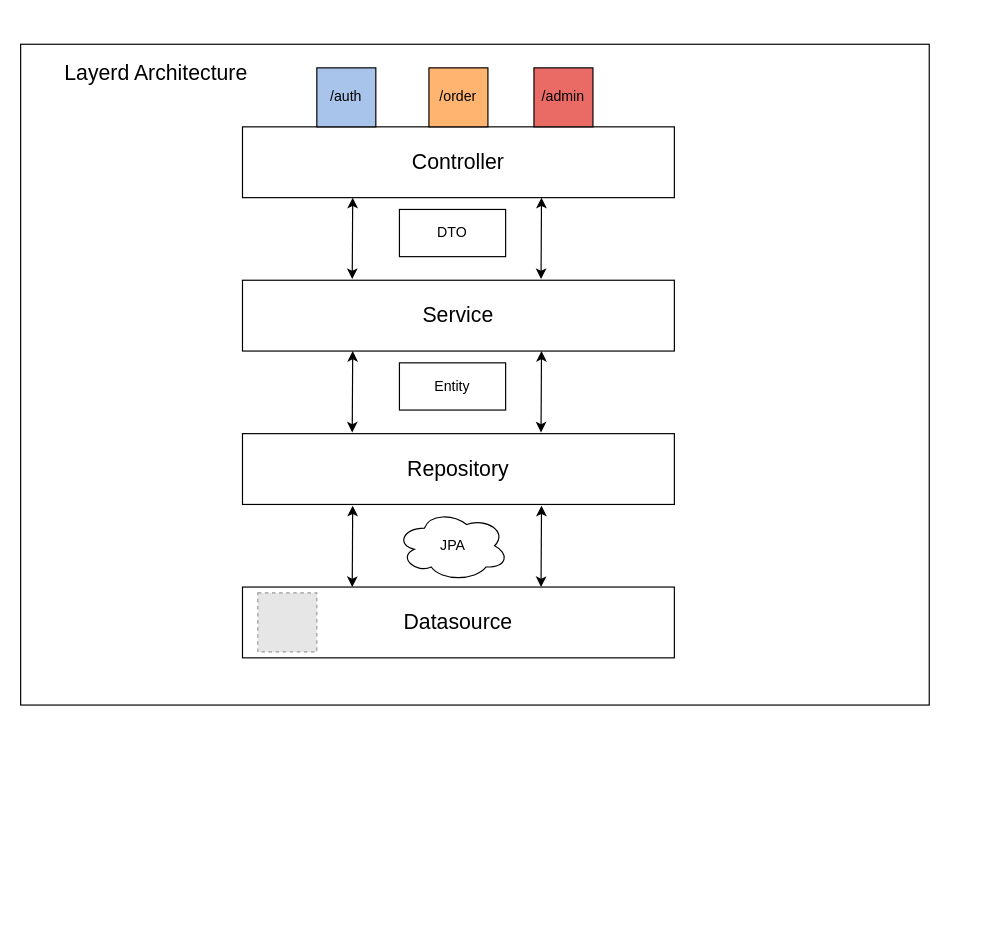
Earlier version of the draw.io diagram docs/resources/src/BackendView.drawio (Golo300/Kantinerado). Source tidied: cells renumbered, new cells numbered last; positions are measured from the earlier drawing's top-left corner, leaving out a move shared by most shapes. Both pictures are drawn from the tidied source at 118%, with x=0, y=0 at pixel (20, 44). Pictures stored in the file or linked from it are replaced by grey dashed boxes.
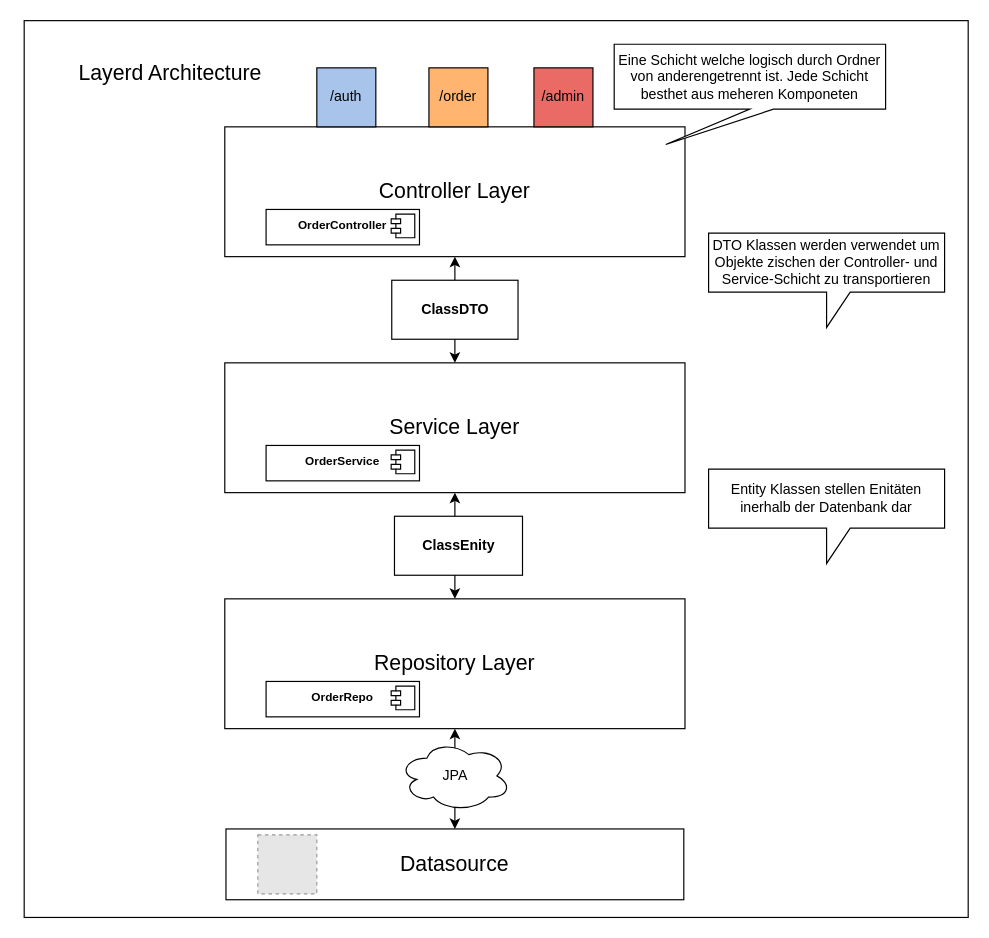
The same diagram, later.

Change to the diagram source:
```diff
@@
-    <mxCell id="2" style="rounded=0;whiteSpace=wrap;html=1;" parent="1" vertex="1">
-      <mxGeometry width="770" height="560" as="geometry" />
-    </mxCell>
+    <mxCell id="24" style="rounded=0;whiteSpace=wrap;html=1;" parent="1" vertex="1">
+      <mxGeometry x="3" y="-20" width="800" height="760" as="geometry" />
+    </mxCell>
+    <mxCell id="25" value="&lt;font style=&quot;font-size: 18px;&quot;&gt;Repository Layer&lt;/font&gt;" style="rounded=0;whiteSpace=wrap;html=1;" parent="1" vertex="1">
+      <mxGeometry x="173" y="470" width="390" height="110" as="geometry" />
+    </mxCell>
+    <mxCell id="26" value="&lt;font style=&quot;font-size: 18px;&quot;&gt;Service Layer&lt;/font&gt;" style="rounded=0;whiteSpace=wrap;html=1;" parent="1" vertex="1">
+      <mxGeometry x="173" y="270" width="390" height="110" as="geometry" />
+    </mxCell>
     <mxCell id="3" value="&lt;font style=&quot;font-size: 18px;&quot;&gt;Layerd Architecture&lt;/font&gt;" style="text;html=1;strokeColor=none;fillColor=none;align=center;verticalAlign=middle;whiteSpace=wrap;rounded=0;" parent="1" vertex="1">
-      <mxGeometry y="10" width="230" height="30" as="geometry" />
+      <mxGeometry x="12" y="10" width="230" height="30" as="geometry" />
     </mxCell>
-    <mxCell id="4" value="&lt;font style=&quot;font-size: 18px;&quot;&gt;Controller&lt;/font&gt;" style="rounded=0;whiteSpace=wrap;html=1;" parent="1" vertex="1">
-      <mxGeometry x="188" y="70" width="366" height="60" as="geometry" />
+    <mxCell id="4" value="&lt;font style=&quot;font-size: 18px;&quot;&gt;Controller Layer&lt;/font&gt;" style="rounded=0;whiteSpace=wrap;html=1;" parent="1" vertex="1">
+      <mxGeometry x="173" y="70" width="390" height="110" as="geometry" />
     </mxCell>
-    <mxCell id="5" value="&lt;font style=&quot;font-size: 18px;&quot;&gt;Service&lt;/font&gt;" style="rounded=0;whiteSpace=wrap;html=1;" parent="1" vertex="1">
-      <mxGeometry x="188" y="200" width="366" height="60" as="geometry" />
-    </mxCell>
-    <mxCell id="6" value="&lt;font style=&quot;font-size: 18px;&quot;&gt;Repository&lt;/font&gt;" style="rounded=0;whiteSpace=wrap;html=1;" parent="1" vertex="1">
-      <mxGeometry x="188" y="330" width="366" height="60" as="geometry" />
-    </mxCell>
     <mxCell id="7" value="&lt;font style=&quot;font-size: 18px;&quot;&gt;Datasource&lt;/font&gt;" style="rounded=0;whiteSpace=wrap;html=1;" parent="1" vertex="1">
-      <mxGeometry x="188" y="460" width="366" height="60" as="geometry" />
+      <mxGeometry x="174" y="665" width="388" height="60" as="geometry" />
     </mxCell>
-    <mxCell id="8" style="endArrow=classic;startArrow=classic;html=1;rounded=0;entryX=0.457;entryY=1.006;entryDx=0;entryDy=0;entryPerimeter=0;exitX=0.456;exitY=-0.011;exitDx=0;exitDy=0;exitPerimeter=0;" parent="1" edge="1">
-      <mxGeometry relative="1" as="geometry">
-        <mxPoint x="281" y="199" as="sourcePoint" />
-        <mxPoint x="281.4" y="130" as="targetPoint" />
-      </mxGeometry>
-    </mxCell>
-    <mxCell id="9" style="endArrow=classic;startArrow=classic;html=1;rounded=0;entryX=0.457;entryY=1.006;entryDx=0;entryDy=0;entryPerimeter=0;exitX=0.456;exitY=-0.011;exitDx=0;exitDy=0;exitPerimeter=0;" parent="1" edge="1">
-      <mxGeometry relative="1" as="geometry">
-        <mxPoint x="441" y="199" as="sourcePoint" />
-        <mxPoint x="441.4" y="130" as="targetPoint" />
-      </mxGeometry>
-    </mxCell>
-    <mxCell id="10" value="DTO" style="rounded=0;whiteSpace=wrap;html=1;" parent="1" vertex="1">
-      <mxGeometry x="321" y="140" width="90" height="40" as="geometry" />
-    </mxCell>
-    <mxCell id="11" value="Entity" style="rounded=0;whiteSpace=wrap;html=1;" parent="1" vertex="1">
-      <mxGeometry x="321" y="270" width="90" height="40" as="geometry" />
-    </mxCell>
-    <mxCell id="12" style="endArrow=classic;startArrow=classic;html=1;rounded=0;entryX=0.457;entryY=1.006;entryDx=0;entryDy=0;entryPerimeter=0;exitX=0.456;exitY=-0.011;exitDx=0;exitDy=0;exitPerimeter=0;" parent="1" edge="1">
-      <mxGeometry relative="1" as="geometry">
-        <mxPoint x="281" y="329" as="sourcePoint" />
-        <mxPoint x="281.4" y="260" as="targetPoint" />
-      </mxGeometry>
-    </mxCell>
-    <mxCell id="13" style="endArrow=classic;startArrow=classic;html=1;rounded=0;entryX=0.457;entryY=1.006;entryDx=0;entryDy=0;entryPerimeter=0;exitX=0.456;exitY=-0.011;exitDx=0;exitDy=0;exitPerimeter=0;" parent="1" edge="1">
-      <mxGeometry relative="1" as="geometry">
-        <mxPoint x="441" y="329" as="sourcePoint" />
-        <mxPoint x="441.4" y="260" as="targetPoint" />
-      </mxGeometry>
-    </mxCell>
-    <mxCell id="14" style="endArrow=classic;startArrow=classic;html=1;rounded=0;entryX=0.457;entryY=1.006;entryDx=0;entryDy=0;entryPerimeter=0;exitX=0.456;exitY=-0.011;exitDx=0;exitDy=0;exitPerimeter=0;" parent="1" edge="1">
-      <mxGeometry relative="1" as="geometry">
-        <mxPoint x="281" y="460" as="sourcePoint" />
-        <mxPoint x="281.4" y="391" as="targetPoint" />
-      </mxGeometry>
+    <mxCell id="14" style="endArrow=classic;startArrow=classic;html=1;rounded=0;entryX=0.5;entryY=1;entryDx=0;entryDy=0;exitX=0.5;exitY=0;exitDx=0;exitDy=0;" parent="1" edge="1" source="7" target="25">
+      <mxGeometry relative="1" as="geometry" />
     </mxCell>
-    <mxCell id="15" style="endArrow=classic;startArrow=classic;html=1;rounded=0;entryX=0.457;entryY=1.006;entryDx=0;entryDy=0;entryPerimeter=0;exitX=0.456;exitY=-0.011;exitDx=0;exitDy=0;exitPerimeter=0;" parent="1" edge="1">
-      <mxGeometry relative="1" as="geometry">
-        <mxPoint x="441" y="460" as="sourcePoint" />
-        <mxPoint x="441.4" y="391" as="targetPoint" />
-      </mxGeometry>
-    </mxCell>
     <mxCell id="16" style="fillColor=#E6E6E6;strokeColor=#999999;dashed=1;verticalLabelPosition=bottom;labelBackgroundColor=default;verticalAlign=top;" parent="1" vertex="1">
-      <mxGeometry x="201" y="465" width="50" height="50" as="geometry" />
+      <mxGeometry x="201" y="670" width="50" height="50" as="geometry" />
     </mxCell>
@@
     <mxCell id="23" value="JPA" style="ellipse;shape=cloud;whiteSpace=wrap;html=1;" parent="1" vertex="1">
-      <mxGeometry x="318.5" y="395" width="95" height="60" as="geometry" />
+      <mxGeometry x="320.5" y="590" width="95" height="60" as="geometry" />
     </mxCell>
+    <mxCell id="27" value="&lt;p style=&quot;margin: 6px 0px 0px;&quot;&gt;&lt;b&gt;&lt;font style=&quot;font-size: 10px;&quot;&gt;OrderController&lt;/font&gt;&lt;/b&gt;&lt;/p&gt;" style="align=center;overflow=fill;html=1;whiteSpace=wrap;" parent="1" vertex="1">
+      <mxGeometry x="208" y="140" width="130" height="30" as="geometry" />
+    </mxCell>
+    <mxCell id="28" style="shape=component;jettyWidth=8;jettyHeight=4;" parent="27" vertex="1">
+      <mxGeometry x="1" width="20" height="20" relative="1" as="geometry">
+        <mxPoint x="-24" y="4" as="offset" />
+      </mxGeometry>
+    </mxCell>
+    <mxCell id="29" value="&lt;p style=&quot;margin: 6px 0px 0px;&quot;&gt;&lt;b&gt;&lt;font style=&quot;font-size: 10px;&quot;&gt;OrderService&lt;/font&gt;&lt;/b&gt;&lt;/p&gt;" style="align=center;overflow=fill;html=1;whiteSpace=wrap;" parent="1" vertex="1">
+      <mxGeometry x="208" y="340" width="130" height="30" as="geometry" />
+    </mxCell>
+    <mxCell id="30" style="shape=component;jettyWidth=8;jettyHeight=4;" parent="29" vertex="1">
+      <mxGeometry x="1" width="20" height="20" relative="1" as="geometry">
+        <mxPoint x="-24" y="4" as="offset" />
+      </mxGeometry>
+    </mxCell>
+    <mxCell id="31" value="&lt;p style=&quot;margin: 6px 0px 0px;&quot;&gt;&lt;b&gt;&lt;font style=&quot;font-size: 10px;&quot;&gt;OrderRepo&lt;/font&gt;&lt;/b&gt;&lt;/p&gt;" style="align=center;overflow=fill;html=1;whiteSpace=wrap;" parent="1" vertex="1">
+      <mxGeometry x="208" y="540" width="130" height="30" as="geometry" />
+    </mxCell>
+    <mxCell id="32" style="shape=component;jettyWidth=8;jettyHeight=4;" parent="31" vertex="1">
+      <mxGeometry x="1" width="20" height="20" relative="1" as="geometry">
+        <mxPoint x="-24" y="4" as="offset" />
+      </mxGeometry>
+    </mxCell>
+    <mxCell id="33" style="endArrow=classic;startArrow=classic;html=1;rounded=0;entryX=0.5;entryY=1;entryDx=0;entryDy=0;" parent="1" edge="1" source="26" target="4">
+      <mxGeometry relative="1" as="geometry" />
+    </mxCell>
+    <mxCell id="34" style="endArrow=classic;startArrow=classic;html=1;rounded=0;entryX=0.5;entryY=1;entryDx=0;entryDy=0;" parent="1" edge="1" source="25" target="26">
+      <mxGeometry relative="1" as="geometry" />
+    </mxCell>
+    <mxCell id="35" value="&lt;p style=&quot;margin:0px;margin-top:4px;text-align:center;&quot;&gt;&lt;br&gt;&lt;b&gt;ClassDTO&lt;/b&gt;&lt;/p&gt;" style="verticalAlign=top;align=left;overflow=fill;fontSize=12;fontFamily=Helvetica;html=1;whiteSpace=wrap;" parent="1" vertex="1">
+      <mxGeometry x="314.5" y="200" width="107" height="50" as="geometry" />
+    </mxCell>
+    <mxCell id="36" value="&lt;p style=&quot;margin:0px;margin-top:4px;text-align:center;&quot;&gt;&lt;br&gt;&lt;b&gt;ClassEnity&lt;/b&gt;&lt;/p&gt;" style="verticalAlign=top;align=left;overflow=fill;fontSize=12;fontFamily=Helvetica;html=1;whiteSpace=wrap;" parent="1" vertex="1">
+      <mxGeometry x="316.8" y="400" width="108.5" height="50" as="geometry" />
+    </mxCell>
+    <mxCell id="37" value="Eine Schicht welche logisch durch Ordner von anderengetrennt ist. Jede Schicht besthet aus meheren Komponeten" style="shape=callout;whiteSpace=wrap;html=1;perimeter=calloutPerimeter;position2=0.19;" parent="1" vertex="1">
+      <mxGeometry x="503" width="230" height="85" as="geometry" />
+    </mxCell>
+    <mxCell id="38" value="DTO Klassen werden verwendet um Objekte zischen der Controller- und Service-Schicht zu transportieren" style="shape=callout;whiteSpace=wrap;html=1;perimeter=calloutPerimeter;" parent="1" vertex="1">
+      <mxGeometry x="583" y="160" width="200" height="80" as="geometry" />
+    </mxCell>
+    <mxCell id="39" value="Entity Klassen stellen Enitäten inerhalb der Datenbank dar" style="shape=callout;whiteSpace=wrap;html=1;perimeter=calloutPerimeter;" parent="1" vertex="1">
+      <mxGeometry x="583" y="360" width="200" height="80" as="geometry" />
+    </mxCell>
```
